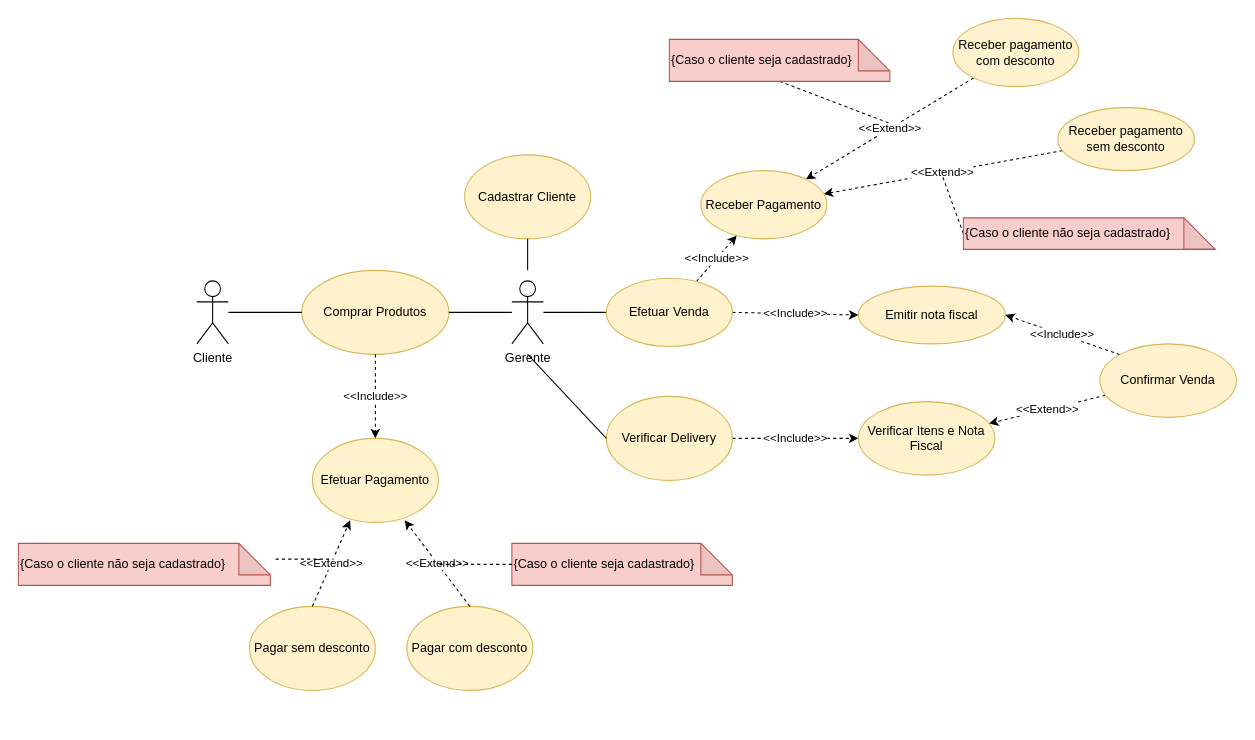
This is Untitled Diagram.drawio from voteprogramablz/bpp_corp, a draw.io file, before an edit. Source tidied: cells renumbered, new cells numbered last; positions are measured from the earlier drawing's top-left corner, leaving out a move shared by most shapes. Both pictures are drawn from the tidied source at 105%, with x=0, y=0 at pixel (18, 18).
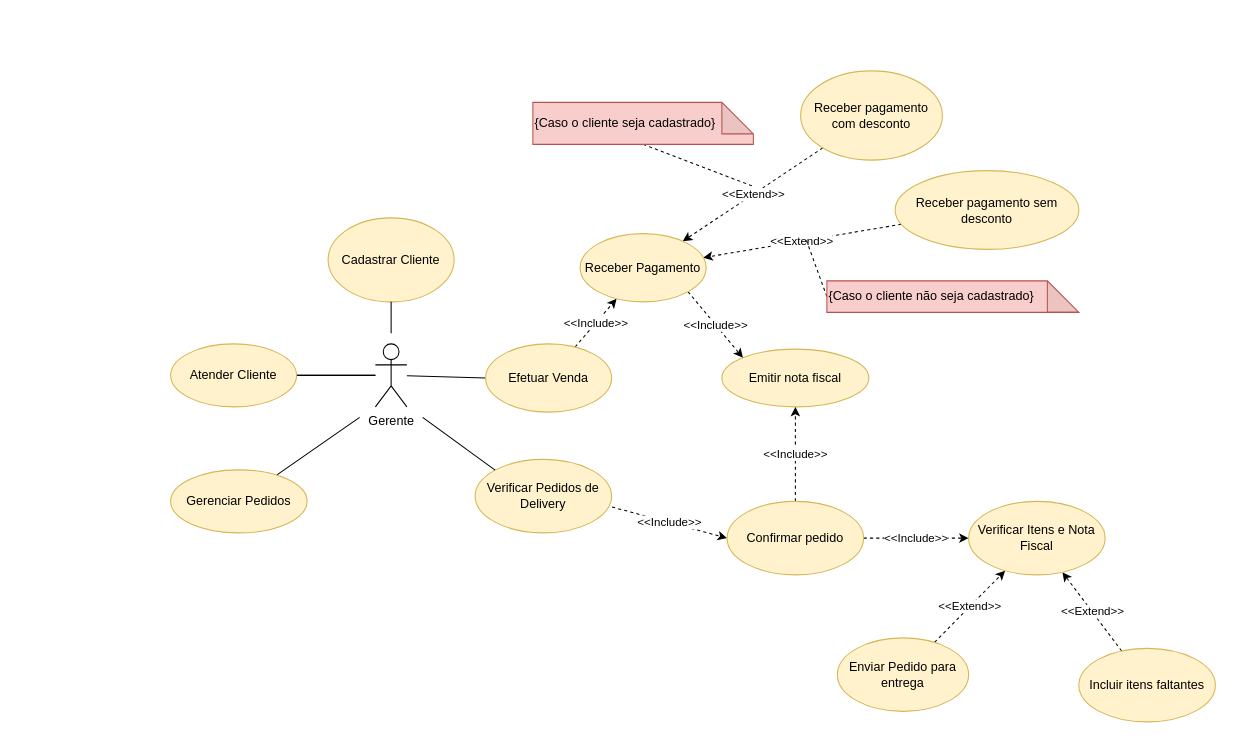
After the change.

Diff of the diagram source:
```diff
@@
     <mxCell id="2" value="Cadastrar Cliente" style="ellipse;whiteSpace=wrap;html=1;fillColor=#fff2cc;strokeColor=#d6b656;" parent="1" vertex="1">
-      <mxGeometry x="425" y="130" width="120" height="80" as="geometry" />
+      <mxGeometry x="295" y="190" width="120" height="80" as="geometry" />
     </mxCell>
-    <mxCell id="3" value="Pagar com desconto" style="ellipse;whiteSpace=wrap;html=1;fillColor=#fff2cc;strokeColor=#d6b656;" parent="1" vertex="1">
-      <mxGeometry x="370" y="560" width="120" height="80" as="geometry" />
-    </mxCell>
-    <mxCell id="4" value="Pagar sem desconto" style="ellipse;whiteSpace=wrap;html=1;fillColor=#fff2cc;strokeColor=#d6b656;" parent="1" vertex="1">
-      <mxGeometry x="220" y="560" width="120" height="80" as="geometry" />
-    </mxCell>
-    <mxCell id="5" value="Comprar Produtos" style="ellipse;whiteSpace=wrap;html=1;fillColor=#fff2cc;strokeColor=#d6b656;" parent="1" vertex="1">
-      <mxGeometry x="270" y="240" width="140" height="80" as="geometry" />
-    </mxCell>
-    <mxCell id="6" value="&amp;lt;&amp;lt;Include&amp;gt;&amp;gt;" style="edgeStyle=none;rounded=0;jettySize=auto;html=1;exitX=1;exitY=0.5;exitDx=0;exitDy=0;entryX=0;entryY=0.5;entryDx=0;entryDy=0;endArrow=classic;endFill=1;dashed=1;" parent="1" edge="1" source="7" target="9">
-      <mxGeometry relative="1" as="geometry" />
-    </mxCell>
+    <mxCell id="40" value="&amp;lt;&amp;lt;Include&amp;gt;&amp;gt;" style="edgeStyle=none;rounded=0;jettySize=auto;html=1;exitX=1.003;exitY=0.648;exitDx=0;exitDy=0;entryX=0;entryY=0.5;entryDx=0;entryDy=0;dashed=1;startArrow=none;startFill=0;endArrow=classic;endFill=1;exitPerimeter=0;" parent="1" edge="1" source="7" target="39">
+      <mxGeometry relative="1" as="geometry" />
+    </mxCell>
-    <mxCell id="7" value="Verificar Delivery" style="ellipse;whiteSpace=wrap;html=1;fillColor=#fff2cc;strokeColor=#d6b656;" parent="1" vertex="1">
-      <mxGeometry x="560" y="360" width="120" height="80" as="geometry" />
+    <mxCell id="7" value="Verificar Pedidos de Delivery" style="ellipse;whiteSpace=wrap;html=1;fillColor=#fff2cc;strokeColor=#d6b656;" parent="1" vertex="1">
+      <mxGeometry x="435" y="420" width="130" height="70" as="geometry" />
     </mxCell>
-    <mxCell id="8" value="&amp;lt;&amp;lt;Extend&amp;gt;&amp;gt;" style="edgeStyle=none;rounded=0;jettySize=auto;html=1;dashed=1;endArrow=classic;endFill=1;" parent="1" edge="1" source="39" target="9">
-      <mxGeometry relative="1" as="geometry" />
-    </mxCell>
+    <mxCell id="41" value="&amp;lt;&amp;lt;Extend&amp;gt;&amp;gt;" style="edgeStyle=none;rounded=0;jettySize=auto;html=1;dashed=1;startArrow=none;startFill=0;endArrow=classic;endFill=1;" parent="1" edge="1" source="48" target="9">
+      <mxGeometry relative="1" as="geometry" />
+    </mxCell>
+    <mxCell id="42" value="&amp;lt;&amp;lt;Extend&amp;gt;&amp;gt;" style="edgeStyle=none;rounded=0;jettySize=auto;html=1;dashed=1;startArrow=none;startFill=0;endArrow=classic;endFill=1;" parent="1" edge="1" source="49" target="9">
+      <mxGeometry relative="1" as="geometry" />
+    </mxCell>
     <mxCell id="9" value="Verificar Itens e Nota Fiscal" style="ellipse;whiteSpace=wrap;html=1;fillColor=#fff2cc;strokeColor=#d6b656;" parent="1" vertex="1">
-      <mxGeometry x="800" y="365" width="130" height="70" as="geometry" />
+      <mxGeometry x="905" y="460" width="130" height="70" as="geometry" />
     </mxCell>
     <mxCell id="10" value="Emitir nota fiscal" style="ellipse;whiteSpace=wrap;html=1;fillColor=#fff2cc;strokeColor=#d6b656;" parent="1" vertex="1">
-      <mxGeometry x="800" y="255" width="140" height="55" as="geometry" />
+      <mxGeometry x="670" y="315" width="140" height="55" as="geometry" />
     </mxCell>
     <mxCell id="11" style="rounded=0;jettySize=auto;html=1;entryX=0.5;entryY=1;entryDx=0;entryDy=0;endArrow=none;endFill=0;" parent="1" edge="1" target="2">
       <mxGeometry relative="1" as="geometry">
-        <mxPoint x="485" y="240" as="sourcePoint" />
+        <mxPoint x="355" y="300" as="sourcePoint" />
       </mxGeometry>
     </mxCell>
@@
-    <mxCell id="13" style="edgeStyle=none;rounded=0;jettySize=auto;html=1;entryX=0;entryY=0.5;entryDx=0;entryDy=0;endArrow=none;endFill=0;" parent="1" edge="1" target="7">
+    <mxCell id="13" style="edgeStyle=none;rounded=0;jettySize=auto;html=1;entryX=0;entryY=0;entryDx=0;entryDy=0;endArrow=none;endFill=0;" parent="1" edge="1" target="7">
       <mxGeometry relative="1" as="geometry">
-        <mxPoint x="485" y="320" as="sourcePoint" />
+        <mxPoint x="385" y="380" as="sourcePoint" />
       </mxGeometry>
     </mxCell>
+    <mxCell id="43" style="edgeStyle=none;rounded=0;jettySize=auto;html=1;startArrow=none;startFill=0;endArrow=none;endFill=0;" parent="1" edge="1" target="47">
+      <mxGeometry relative="1" as="geometry">
+        <mxPoint x="325" y="380" as="sourcePoint" />
+      </mxGeometry>
+    </mxCell>
     <mxCell id="14" value="Gerente" style="shape=umlActor;verticalLabelPosition=bottom;verticalAlign=top;html=1;outlineConnect=0;" parent="1" vertex="1">
-      <mxGeometry x="470" y="250" width="30" height="60" as="geometry" />
+      <mxGeometry x="340" y="310" width="30" height="60" as="geometry" />
     </mxCell>
-    <mxCell id="15" value="Cliente" style="shape=umlActor;verticalLabelPosition=bottom;verticalAlign=top;html=1;outlineConnect=0;" parent="1" vertex="1">
-      <mxGeometry x="170" y="250" width="30" height="60" as="geometry" />
-    </mxCell>
-    <mxCell id="16" style="endArrow=none;html=1;rounded=0;entryX=0;entryY=0.5;entryDx=0;entryDy=0;endFill=0;" parent="1" edge="1" source="15" target="5">
-      <mxGeometry relative="1" as="geometry" />
-    </mxCell>
-    <mxCell id="17" style="endArrow=none;html=1;rounded=0;exitX=1;exitY=0.5;exitDx=0;exitDy=0;endFill=0;" parent="1" edge="1" source="5" target="14">
-      <mxGeometry relative="1" as="geometry" />
-    </mxCell>
-    <mxCell id="18" value="Efetuar Pagamento" style="ellipse;whiteSpace=wrap;html=1;fillColor=#fff2cc;strokeColor=#d6b656;" parent="1" vertex="1">
-      <mxGeometry x="280" y="400" width="120" height="80" as="geometry" />
-    </mxCell>
-    <mxCell id="19" value="&amp;lt;&amp;lt;Extend&amp;gt;&amp;gt;" style="endArrow=classic;html=1;rounded=0;endFill=1;dashed=1;entryX=0.733;entryY=0.975;entryDx=0;entryDy=0;entryPerimeter=0;exitX=0.5;exitY=0;exitDx=0;exitDy=0;" parent="1" edge="1" source="3" target="18">
-      <mxGeometry relative="1" as="geometry" />
-    </mxCell>
-    <mxCell id="20" value="&amp;lt;&amp;lt;Extend&amp;gt;&amp;gt;" style="endArrow=classic;html=1;rounded=0;exitX=0.5;exitY=0;exitDx=0;exitDy=0;endFill=1;entryX=0.3;entryY=0.975;entryDx=0;entryDy=0;dashed=1;entryPerimeter=0;" parent="1" edge="1" source="4" target="18">
-      <mxGeometry relative="1" as="geometry" />
-    </mxCell>
-    <mxCell id="21" value="&amp;lt;&amp;lt;Include&amp;gt;&amp;gt;" style="endArrow=classic;html=1;rounded=0;dashed=1;exitX=0.5;exitY=1;exitDx=0;exitDy=0;entryX=0.5;entryY=0;entryDx=0;entryDy=0;" parent="1" edge="1" source="5" target="18">
-      <mxGeometry relative="1" as="geometry" />
-    </mxCell>
-    <mxCell id="22" value="{Caso o cliente seja cadastrado}" style="shape=note;whiteSpace=wrap;html=1;backgroundOutline=1;darkOpacity=0.05;fillColor=#f8cecc;strokeColor=#b85450;align=left;verticalAlign=middle;" parent="1" vertex="1">
-      <mxGeometry x="470" y="500" width="210" height="40" as="geometry" />
-    </mxCell>
-    <mxCell id="23" value="{Caso o cliente não seja cadastrado}" style="shape=note;whiteSpace=wrap;html=1;backgroundOutline=1;darkOpacity=0.05;fillColor=#f8cecc;strokeColor=#b85450;align=left;" parent="1" vertex="1">
-      <mxGeometry y="500" width="240" height="40" as="geometry" />
-    </mxCell>
-    <mxCell id="24" style="endArrow=none;html=1;rounded=0;dashed=1;exitX=0;exitY=0;exitDx=245;exitDy=15;exitPerimeter=0;endFill=0;" parent="1" edge="1" source="23">
-      <mxGeometry relative="1" as="geometry">
-        <mxPoint x="300" y="515" as="targetPoint" />
-      </mxGeometry>
-    </mxCell>
-    <mxCell id="25" style="endArrow=none;html=1;rounded=0;dashed=1;endFill=0;" parent="1" edge="1" source="22">
-      <mxGeometry relative="1" as="geometry">
-        <mxPoint x="400" y="520" as="targetPoint" />
-      </mxGeometry>
-    </mxCell>
-    <mxCell id="26" value="&amp;lt;&amp;lt;Include&amp;gt;&amp;gt;" style="edgeStyle=none;rounded=0;jettySize=auto;html=1;exitX=1;exitY=0.5;exitDx=0;exitDy=0;entryX=0;entryY=0.5;entryDx=0;entryDy=0;endArrow=classic;endFill=1;dashed=1;" parent="1" edge="1" source="28" target="10">
+    <mxCell id="26" value="&amp;lt;&amp;lt;Include&amp;gt;&amp;gt;" style="edgeStyle=none;rounded=0;jettySize=auto;html=1;exitX=1;exitY=1;exitDx=0;exitDy=0;entryX=0;entryY=0;entryDx=0;entryDy=0;endArrow=classic;endFill=1;dashed=1;" parent="1" edge="1" source="31" target="10">
       <mxGeometry relative="1" as="geometry" />
     </mxCell>
@@
     <mxCell id="28" value="Efetuar Venda" style="ellipse;whiteSpace=wrap;html=1;fillColor=#fff2cc;strokeColor=#d6b656;" parent="1" vertex="1">
-      <mxGeometry x="560" y="247.5" width="120" height="65" as="geometry" />
+      <mxGeometry x="445" y="310" width="120" height="65" as="geometry" />
     </mxCell>
@@
     <mxCell id="31" value="Receber Pagamento" style="ellipse;whiteSpace=wrap;html=1;fillColor=#fff2cc;strokeColor=#d6b656;" parent="1" vertex="1">
-      <mxGeometry x="650" y="145" width="120" height="65" as="geometry" />
+      <mxGeometry x="535" y="205" width="120" height="65" as="geometry" />
     </mxCell>
     <mxCell id="32" value="Receber pagamento com desconto" style="ellipse;whiteSpace=wrap;html=1;fillColor=#fff2cc;strokeColor=#d6b656;" parent="1" vertex="1">
-      <mxGeometry x="890" width="120" height="65" as="geometry" />
+      <mxGeometry x="745" y="50" width="135" height="85" as="geometry" />
     </mxCell>
     <mxCell id="33" value="Receber pagamento sem desconto" style="ellipse;whiteSpace=wrap;html=1;fillColor=#fff2cc;strokeColor=#d6b656;" parent="1" vertex="1">
-      <mxGeometry x="990" y="85" width="130" height="60" as="geometry" />
+      <mxGeometry x="835" y="145" width="175" height="75" as="geometry" />
     </mxCell>
     <mxCell id="34" style="edgeStyle=none;rounded=0;jettySize=auto;html=1;exitX=0.5;exitY=1;exitDx=0;exitDy=0;exitPerimeter=0;dashed=1;endArrow=none;endFill=0;" parent="1" edge="1" source="35">
       <mxGeometry relative="1" as="geometry">
-        <mxPoint x="830" y="100" as="targetPoint" />
+        <mxPoint x="700" y="160" as="targetPoint" />
       </mxGeometry>
     </mxCell>
     <mxCell id="35" value="{Caso o cliente seja cadastrado}" style="shape=note;whiteSpace=wrap;html=1;backgroundOutline=1;darkOpacity=0.05;fillColor=#f8cecc;strokeColor=#b85450;align=left;verticalAlign=middle;" parent="1" vertex="1">
-      <mxGeometry x="620" y="20" width="210" height="40" as="geometry" />
+      <mxGeometry x="490" y="80" width="210" height="40" as="geometry" />
     </mxCell>
     <mxCell id="36" style="edgeStyle=none;rounded=0;jettySize=auto;html=1;exitX=0;exitY=0.5;exitDx=0;exitDy=0;exitPerimeter=0;dashed=1;endArrow=none;endFill=0;" parent="1" edge="1" source="37">
       <mxGeometry relative="1" as="geometry">
-        <mxPoint x="880" y="150" as="targetPoint" />
+        <mxPoint x="750" y="210" as="targetPoint" />
       </mxGeometry>
     </mxCell>
     <mxCell id="37" value="{Caso o cliente não seja cadastrado}" style="shape=note;whiteSpace=wrap;html=1;backgroundOutline=1;darkOpacity=0.05;fillColor=#f8cecc;strokeColor=#b85450;align=left;" parent="1" vertex="1">
-      <mxGeometry x="900" y="190" width="240" height="30" as="geometry" />
+      <mxGeometry x="770" y="250" width="240" height="30" as="geometry" />
     </mxCell>
-    <mxCell id="38" value="&amp;lt;&amp;lt;Include&amp;gt;&amp;gt;" style="edgeStyle=none;rounded=0;jettySize=auto;html=1;exitX=0;exitY=0;exitDx=0;exitDy=0;dashed=1;endArrow=classic;endFill=1;entryX=1;entryY=0.5;entryDx=0;entryDy=0;" parent="1" edge="1" source="39" target="10">
+    <mxCell id="38" value="&amp;lt;&amp;lt;Include&amp;gt;&amp;gt;" style="edgeStyle=none;rounded=0;jettySize=auto;html=1;exitX=0.5;exitY=0;exitDx=0;exitDy=0;dashed=1;endArrow=classic;endFill=1;entryX=0.5;entryY=1;entryDx=0;entryDy=0;" parent="1" edge="1" source="39" target="10">
       <mxGeometry relative="1" as="geometry" />
     </mxCell>
+    <mxCell id="8" value="&amp;lt;&amp;lt;Include&amp;gt;&amp;gt;" style="edgeStyle=none;rounded=0;jettySize=auto;html=1;exitX=1;exitY=0.5;exitDx=0;exitDy=0;entryX=0;entryY=0.5;entryDx=0;entryDy=0;dashed=1;startArrow=none;startFill=0;endArrow=classic;endFill=1;" parent="1" edge="1" source="39" target="9">
+      <mxGeometry relative="1" as="geometry" />
+    </mxCell>
-    <mxCell id="39" value="Confirmar Venda" style="ellipse;whiteSpace=wrap;html=1;fillColor=#fff2cc;strokeColor=#d6b656;" parent="1" vertex="1">
-      <mxGeometry x="1030" y="310" width="130" height="70" as="geometry" />
+    <mxCell id="39" value="Confirmar pedido" style="ellipse;whiteSpace=wrap;html=1;fillColor=#fff2cc;strokeColor=#d6b656;" parent="1" vertex="1">
+      <mxGeometry x="675" y="460" width="130" height="70" as="geometry" />
     </mxCell>
+    <mxCell id="44" style="rounded=0;jettySize=auto;html=1;endArrow=none;endFill=0;" parent="1" edge="1" source="46" target="14">
+      <mxGeometry relative="1" as="geometry" />
+    </mxCell>
+    <mxCell id="45" style="edgeStyle=none;rounded=0;jettySize=auto;html=1;endArrow=none;endFill=0;startArrow=none;startFill=0;" parent="1" edge="1" source="46" target="14">
+      <mxGeometry relative="1" as="geometry" />
+    </mxCell>
+    <mxCell id="46" value="Atender Cliente" style="ellipse;whiteSpace=wrap;html=1;verticalAlign=middle;fillColor=#fff2cc;strokeColor=#d6b656;" parent="1" vertex="1">
+      <mxGeometry x="145" y="310" width="120" height="60" as="geometry" />
+    </mxCell>
+    <mxCell id="47" value="Gerenciar Pedidos" style="ellipse;whiteSpace=wrap;html=1;verticalAlign=middle;fillColor=#fff2cc;strokeColor=#d6b656;" parent="1" vertex="1">
+      <mxGeometry x="145" y="430" width="130" height="60" as="geometry" />
+    </mxCell>
+    <mxCell id="48" value="Enviar Pedido para entrega" style="ellipse;whiteSpace=wrap;html=1;strokeColor=#d6b656;fillColor=#fff2cc;" parent="1" vertex="1">
+      <mxGeometry x="780" y="590" width="125" height="70" as="geometry" />
+    </mxCell>
+    <mxCell id="49" value="Incluir itens faltantes" style="ellipse;whiteSpace=wrap;html=1;fillColor=#fff2cc;strokeColor=#d6b656;" parent="1" vertex="1">
+      <mxGeometry x="1010" y="600" width="130" height="70" as="geometry" />
+    </mxCell>
```
